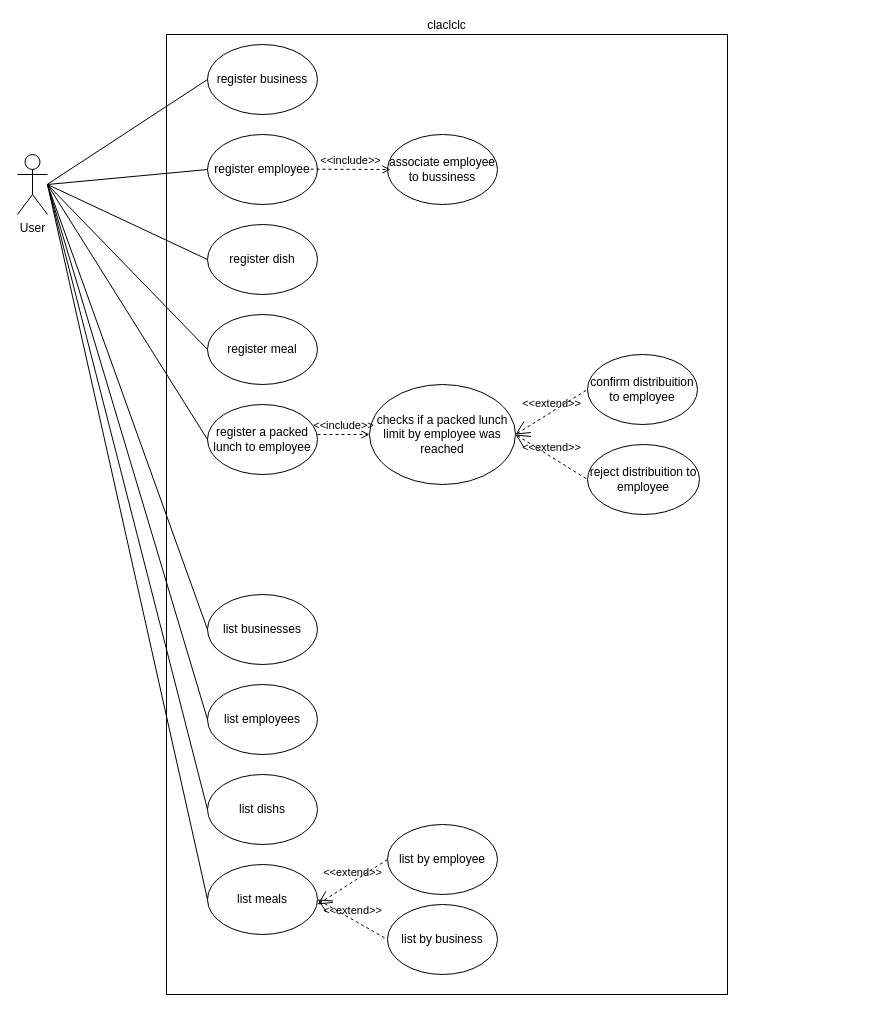
Earlier version of the draw.io diagram diagrams/uml/use cases.drawio (garfada/garfada-documentation). Source tidied: cells renumbered, new cells numbered last; positions are measured from the earlier drawing's top-left corner, leaving out a move shared by most shapes. Both pictures are drawn from the tidied source at 100%, with x=0, y=0 at pixel (17, 34).
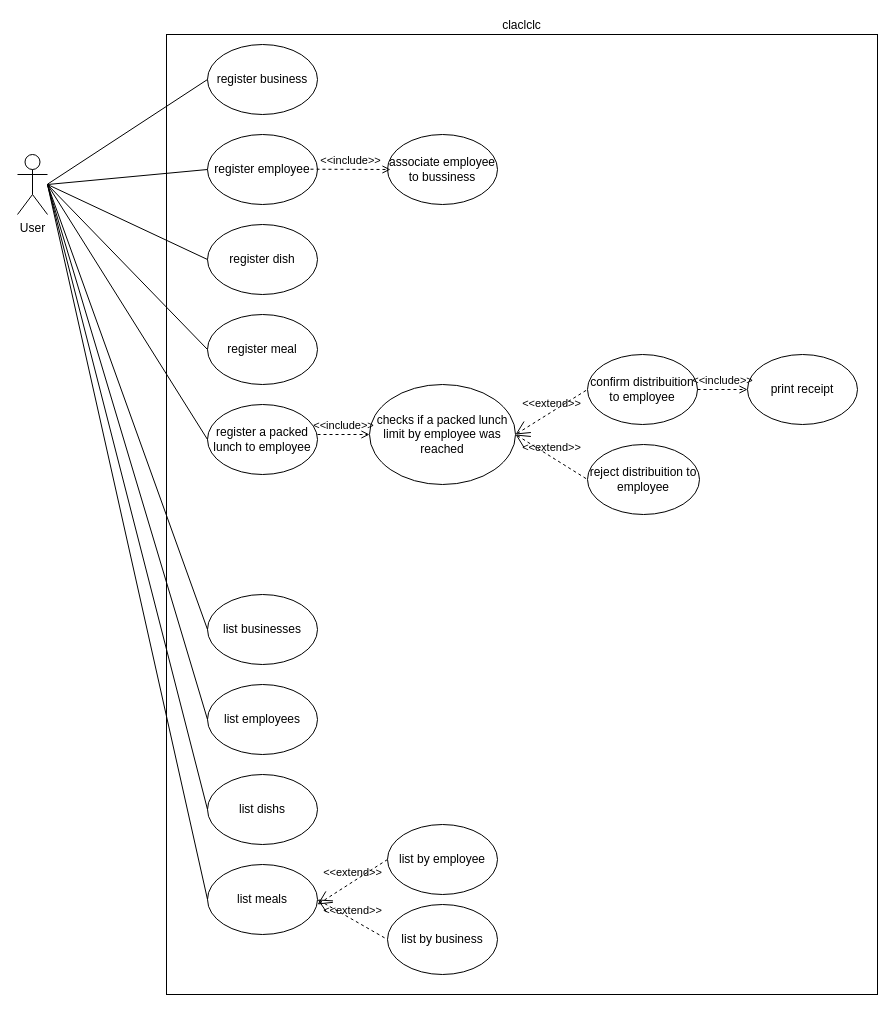
After the change.

Commit message:
add use case to print receipt

Unchanged cells that the change refers to:
```xml
<mxCell id="13" value="confirm distribuition to employee" style="ellipse;whiteSpace=wrap;html=1;" parent="1" vertex="1">
  <mxGeometry x="570" y="320" width="110" height="70" as="geometry" />
</mxCell>
```

The edit, as a diff of the source:
```diff
@@
     <mxCell id="2" value="claclclc" style="rounded=0;whiteSpace=wrap;html=1;labelPosition=center;verticalLabelPosition=top;align=center;verticalAlign=bottom;" parent="1" vertex="1">
-      <mxGeometry x="149" width="561" height="960" as="geometry" />
+      <mxGeometry x="149" width="711" height="960" as="geometry" />
     </mxCell>
@@
+    <mxCell id="34" value="print receipt" style="ellipse;whiteSpace=wrap;html=1;" parent="1" vertex="1">
+      <mxGeometry x="730" y="320" width="110" height="70" as="geometry" />
+    </mxCell>
+    <mxCell id="35" value="&amp;lt;&amp;lt;include&amp;gt;&amp;gt;" style="html=1;verticalAlign=bottom;labelBackgroundColor=none;endArrow=open;endFill=0;dashed=1;rounded=0;exitX=1;exitY=0.5;exitDx=0;exitDy=0;entryX=0;entryY=0.5;entryDx=0;entryDy=0;" parent="1" edge="1" source="13" target="34">
+      <mxGeometry relative="1" as="geometry" />
+    </mxCell>
```
